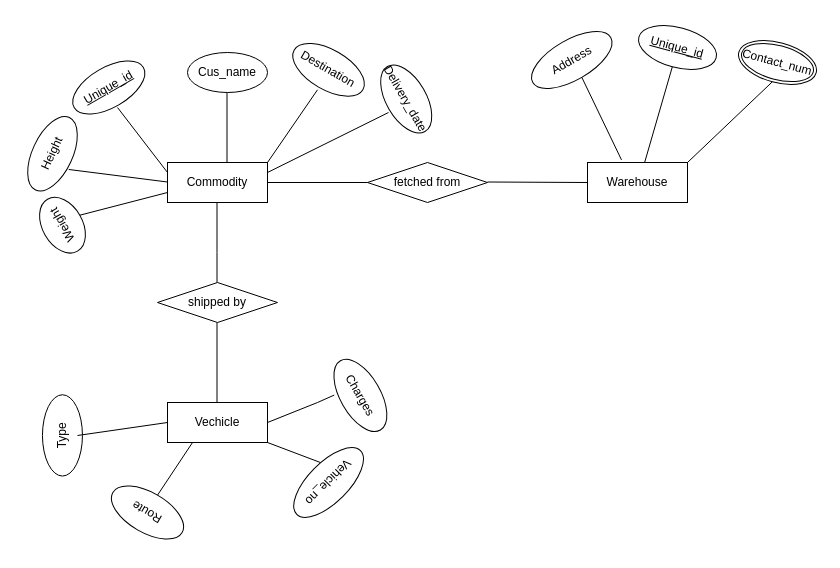
mdatif796/dbms_project keeps this draw.io diagram as Untitled Diagram.drawio. Above is the earlier version. Source tidied: cells renumbered, new cells numbered last; positions are measured from the earlier drawing's top-left corner, leaving out a move shared by most shapes. Both pictures are drawn from the tidied source at 100%, with x=0, y=0 at pixel (12, 27).
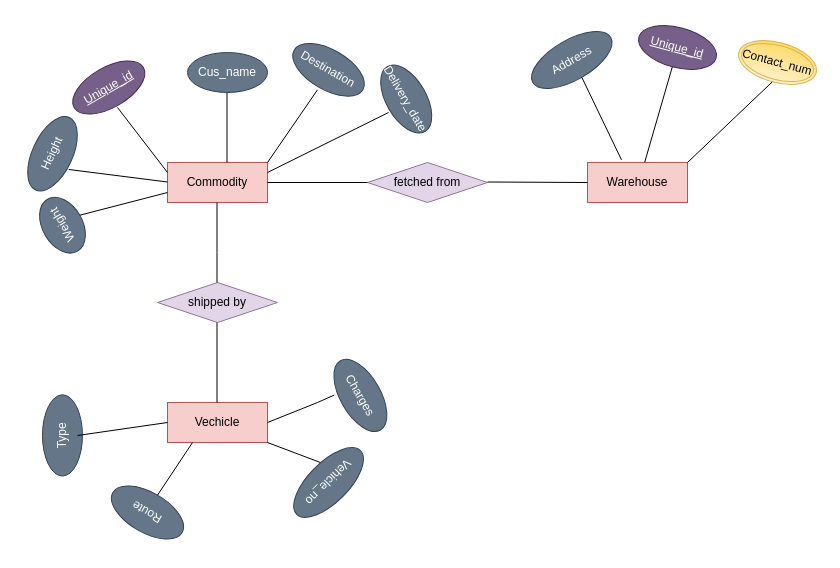
The same diagram, later.

What changed in the source:
```diff
@@
-    <mxCell id="2" value="Commodity" style="whiteSpace=wrap;html=1;align=center;" parent="1" vertex="1">
+    <mxCell id="2" value="Commodity" style="whiteSpace=wrap;html=1;align=center;fillColor=#f8cecc;strokeColor=#b85450;" parent="1" vertex="1">
       <mxGeometry x="155" y="135" width="100" height="40" as="geometry" />
     </mxCell>
-    <mxCell id="3" value="fetched from" style="shape=rhombus;perimeter=rhombusPerimeter;whiteSpace=wrap;html=1;align=center;" parent="1" vertex="1">
+    <mxCell id="3" value="fetched from" style="shape=rhombus;perimeter=rhombusPerimeter;whiteSpace=wrap;html=1;align=center;fillColor=#e1d5e7;strokeColor=#9673a6;" parent="1" vertex="1">
       <mxGeometry x="355" y="135" width="120" height="40" as="geometry" />
     </mxCell>
-    <mxCell id="4" value="Warehouse" style="whiteSpace=wrap;html=1;align=center;" parent="1" vertex="1">
+    <mxCell id="4" value="Warehouse" style="whiteSpace=wrap;html=1;align=center;fillColor=#f8cecc;strokeColor=#b85450;" parent="1" vertex="1">
       <mxGeometry x="575" y="135" width="100" height="40" as="geometry" />
     </mxCell>
-    <mxCell id="5" value="shipped by" style="shape=rhombus;perimeter=rhombusPerimeter;whiteSpace=wrap;html=1;align=center;" parent="1" vertex="1">
+    <mxCell id="5" value="shipped by" style="shape=rhombus;perimeter=rhombusPerimeter;whiteSpace=wrap;html=1;align=center;fillColor=#e1d5e7;strokeColor=#9673a6;" parent="1" vertex="1">
       <mxGeometry x="145" y="255" width="120" height="40" as="geometry" />
     </mxCell>
-    <mxCell id="6" value="Vechicle" style="whiteSpace=wrap;html=1;align=center;" parent="1" vertex="1">
+    <mxCell id="6" value="Vechicle" style="whiteSpace=wrap;html=1;align=center;fillColor=#f8cecc;strokeColor=#b85450;" parent="1" vertex="1">
       <mxGeometry x="155" y="375" width="100" height="40" as="geometry" />
     </mxCell>
-    <mxCell id="7" value="Unique_id" style="ellipse;whiteSpace=wrap;html=1;align=center;fontStyle=4;rotation=-30;" parent="1" vertex="1">
+    <mxCell id="7" value="Unique_id" style="ellipse;whiteSpace=wrap;html=1;align=center;fontStyle=4;rotation=-30;fillColor=#76608a;fontColor=#ffffff;strokeColor=#432D57;" parent="1" vertex="1">
       <mxGeometry x="56.3" y="40" width="80" height="40" as="geometry" />
     </mxCell>
-    <mxCell id="8" value="Cus_name" style="ellipse;whiteSpace=wrap;html=1;align=center;" parent="1" vertex="1">
+    <mxCell id="8" value="Cus_name" style="ellipse;whiteSpace=wrap;html=1;align=center;fillColor=#647687;fontColor=#ffffff;strokeColor=#314354;" parent="1" vertex="1">
       <mxGeometry x="175" y="25" width="80" height="40" as="geometry" />
     </mxCell>
@@
-    <mxCell id="15" value="Contact_num" style="ellipse;shape=doubleEllipse;margin=3;whiteSpace=wrap;html=1;align=center;direction=west;rotation=15;" parent="1" vertex="1">
+    <mxCell id="15" value="Contact_num" style="ellipse;shape=doubleEllipse;margin=3;whiteSpace=wrap;html=1;align=center;direction=west;rotation=15;fillColor=#fff2cc;strokeColor=#d6b656;gradientColor=#ffd966;" parent="1" vertex="1">
       <mxGeometry x="725" y="15" width="80" height="40" as="geometry" />
     </mxCell>
@@
-    <mxCell id="17" value="Destination" style="ellipse;whiteSpace=wrap;html=1;align=center;rotation=30;" parent="1" vertex="1">
+    <mxCell id="17" value="Destination" style="ellipse;whiteSpace=wrap;html=1;align=center;rotation=30;fillColor=#647687;fontColor=#ffffff;strokeColor=#314354;" parent="1" vertex="1">
       <mxGeometry x="276.4" y="22.3" width="79.3" height="40" as="geometry" />
     </mxCell>
@@
-    <mxCell id="19" value="Height" style="ellipse;whiteSpace=wrap;html=1;align=center;rotation=-65;" parent="1" vertex="1">
+    <mxCell id="19" value="Height" style="ellipse;whiteSpace=wrap;html=1;align=center;rotation=-65;fillColor=#647687;fontColor=#ffffff;strokeColor=#314354;" parent="1" vertex="1">
       <mxGeometry y="106.3" width="80" height="40" as="geometry" />
     </mxCell>
@@
-    <mxCell id="21" value="Weight" style="ellipse;whiteSpace=wrap;html=1;align=center;rotation=-120;" parent="1" vertex="1">
+    <mxCell id="21" value="Weight" style="ellipse;whiteSpace=wrap;html=1;align=center;rotation=-120;fillColor=#647687;fontColor=#ffffff;strokeColor=#314354;" parent="1" vertex="1">
       <mxGeometry x="20" y="177.7" width="60" height="40" as="geometry" />
     </mxCell>
@@
-    <mxCell id="23" value="Delivery_date" style="ellipse;whiteSpace=wrap;html=1;align=center;rotation=60;" parent="1" vertex="1">
+    <mxCell id="23" value="Delivery_date" style="ellipse;whiteSpace=wrap;html=1;align=center;rotation=60;fillColor=#647687;fontColor=#ffffff;strokeColor=#314354;" parent="1" vertex="1">
       <mxGeometry x="356.2" y="51.5" width="75" height="40" as="geometry" />
     </mxCell>
@@
-    <mxCell id="25" value="Unique_id" style="ellipse;whiteSpace=wrap;html=1;align=center;fontStyle=4;rotation=15;" parent="1" vertex="1">
+    <mxCell id="25" value="Unique_id" style="ellipse;whiteSpace=wrap;html=1;align=center;fontStyle=4;rotation=15;fillColor=#76608a;fontColor=#ffffff;strokeColor=#432D57;" parent="1" vertex="1">
       <mxGeometry x="625" width="80" height="40" as="geometry" />
     </mxCell>
@@
-    <mxCell id="27" value="Address" style="ellipse;whiteSpace=wrap;html=1;align=center;rotation=-30;" parent="1" vertex="1">
+    <mxCell id="27" value="Address" style="ellipse;whiteSpace=wrap;html=1;align=center;rotation=-30;fillColor=#647687;fontColor=#ffffff;strokeColor=#314354;" parent="1" vertex="1">
       <mxGeometry x="514.3" y="12.5" width="90" height="40" as="geometry" />
     </mxCell>
@@
-    <mxCell id="29" value="Charges" style="ellipse;whiteSpace=wrap;html=1;align=center;rotation=60;" parent="1" vertex="1">
+    <mxCell id="29" value="Charges" style="ellipse;whiteSpace=wrap;html=1;align=center;rotation=60;fillColor=#647687;fontColor=#ffffff;strokeColor=#314354;" parent="1" vertex="1">
       <mxGeometry x="307.9" y="347.9" width="80" height="40" as="geometry" />
     </mxCell>
-    <mxCell id="30" value="Vehicle_no" style="ellipse;whiteSpace=wrap;html=1;align=center;rotation=-225;" parent="1" vertex="1">
+    <mxCell id="30" value="Vehicle_no" style="ellipse;whiteSpace=wrap;html=1;align=center;rotation=-225;fillColor=#647687;fontColor=#ffffff;strokeColor=#314354;" parent="1" vertex="1">
       <mxGeometry x="271.1" y="435" width="90" height="40" as="geometry" />
     </mxCell>
@@
-    <mxCell id="33" value="Type" style="ellipse;whiteSpace=wrap;html=1;align=center;rotation=-90;" parent="1" vertex="1">
+    <mxCell id="33" value="Type" style="ellipse;whiteSpace=wrap;html=1;align=center;rotation=-90;fillColor=#647687;fontColor=#ffffff;strokeColor=#314354;" parent="1" vertex="1">
       <mxGeometry x="9.3" y="387.9" width="81.3" height="40" as="geometry" />
     </mxCell>
@@
-    <mxCell id="35" value="Route" style="ellipse;whiteSpace=wrap;html=1;align=center;rotation=-150;" parent="1" vertex="1">
+    <mxCell id="35" value="Route" style="ellipse;whiteSpace=wrap;html=1;align=center;rotation=-150;fillColor=#647687;fontColor=#ffffff;strokeColor=#314354;" parent="1" vertex="1">
       <mxGeometry x="95" y="465" width="80" height="40" as="geometry" />
     </mxCell>
```
